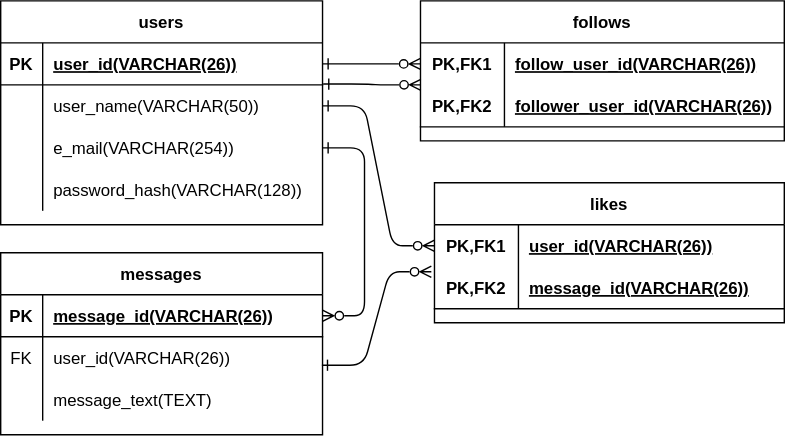
Before: docs/ER.svg, a diagram exported from draw.io (shinbunbun/sns). Source tidied: cells renumbered, new cells last; positions are measured from the earlier drawing's top-left corner, leaving out a move shared by most shapes.
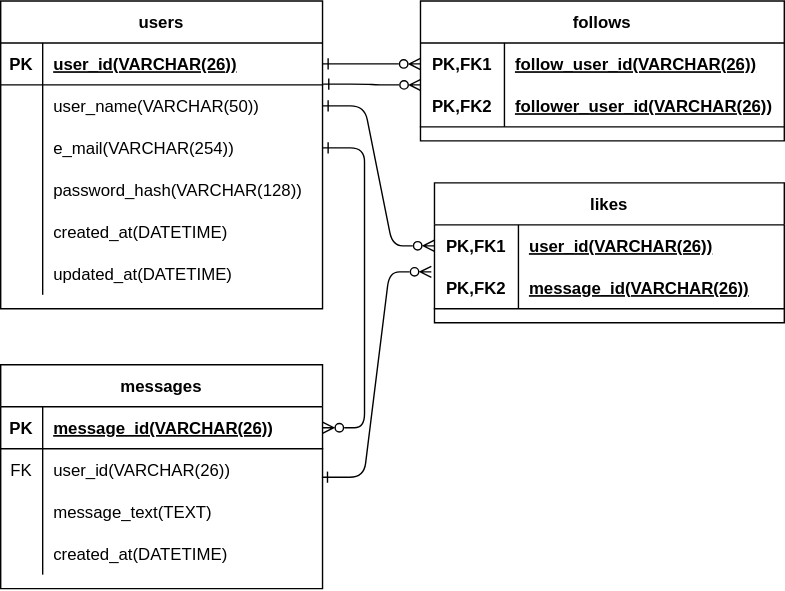
Later version of the same file.

The edit, as a diff of the source:
```diff
@@ -3,7 +3,7 @@
     <mxCell id="0" />
     <mxCell id="1" parent="0" />
     <mxCell id="2" value="users" style="shape=table;startSize=30;rowLines=0;fontStyle=1;align=center;" parent="1" vertex="1">
-      <mxGeometry width="230" height="160" as="geometry" />
+      <mxGeometry width="230" height="220" as="geometry" />
     </mxCell>
     <mxCell id="3" style="shape=partialRectangle;fillColor=none;top=0;left=0;bottom=1;right=0;points=[[0,0.5],[1,0.5]];portConstraint=eastwest;" parent="2" vertex="1">
       <mxGeometry y="30" width="230" height="30" as="geometry" />
@@ -41,11 +41,29 @@
     <mxCell id="14" value="password_hash(VARCHAR(128))" style="shape=partialRectangle;fillColor=none;top=0;left=0;bottom=0;right=0;align=left;spacingLeft=6;overflow=hidden;" parent="12" vertex="1">
       <mxGeometry x="30" width="200" height="30" as="geometry" />
     </mxCell>
+    <mxCell id="44" style="shape=partialRectangle;fillColor=none;top=0;left=0;bottom=0;right=0;" parent="2" vertex="1">
+      <mxGeometry y="150" width="230" height="30" as="geometry" />
+    </mxCell>
+    <mxCell id="45" style="shape=partialRectangle;fillColor=none;top=0;left=0;bottom=0;right=0;overflow=hidden;" parent="44" vertex="1">
+      <mxGeometry width="30" height="30" as="geometry" />
+    </mxCell>
+    <mxCell id="46" value="created_at(DATETIME)" style="shape=partialRectangle;fillColor=none;top=0;left=0;bottom=0;right=0;align=left;spacingLeft=6;overflow=hidden;" parent="44" vertex="1">
+      <mxGeometry x="30" width="200" height="30" as="geometry" />
+    </mxCell>
+    <mxCell id="47" style="shape=partialRectangle;fillColor=none;top=0;left=0;bottom=0;right=0;" parent="2" vertex="1">
+      <mxGeometry y="180" width="230" height="30" as="geometry" />
+    </mxCell>
+    <mxCell id="48" style="shape=partialRectangle;fillColor=none;top=0;left=0;bottom=0;right=0;overflow=hidden;" parent="47" vertex="1">
+      <mxGeometry width="30" height="30" as="geometry" />
+    </mxCell>
+    <mxCell id="49" value="updated_at(DATETIME)" style="shape=partialRectangle;fillColor=none;top=0;left=0;bottom=0;right=0;align=left;spacingLeft=6;overflow=hidden;" parent="47" vertex="1">
+      <mxGeometry x="30" width="200" height="30" as="geometry" />
+    </mxCell>
     <mxCell id="15" style="edgeStyle=entityRelationEdgeStyle;fontSize=12;html=1;endArrow=ERzeroToMany;entryX=0;entryY=0.5;entryDx=0;entryDy=0;exitX=1;exitY=0.5;exitDx=0;exitDy=0;startArrow=ERone;startFill=0;endFill=0;" parent="1" edge="1" source="3" target="27">
       <mxGeometry relative="1" as="geometry" />
     </mxCell>
     <mxCell id="16" value="messages" style="shape=table;startSize=30;rowLines=0;fontStyle=1;align=center;" parent="1" vertex="1">
-      <mxGeometry y="180" width="230" height="130" as="geometry" />
+      <mxGeometry y="260" width="230" height="160" as="geometry" />
     </mxCell>
     <mxCell id="17" style="shape=partialRectangle;fillColor=none;top=0;left=0;bottom=1;right=0;points=[[0,0.5],[1,0.5]];portConstraint=eastwest;" parent="16" vertex="1">
       <mxGeometry y="30" width="230" height="30" as="geometry" />
@@ -74,6 +92,15 @@
     <mxCell id="25" value="message_text(TEXT)" style="shape=partialRectangle;fillColor=none;top=0;left=0;bottom=0;right=0;align=left;spacingLeft=6;overflow=hidden;" parent="23" vertex="1">
       <mxGeometry x="30" width="200" height="30" as="geometry" />
     </mxCell>
+    <mxCell id="50" style="shape=partialRectangle;fillColor=none;top=0;left=0;bottom=0;right=0;" parent="16" vertex="1">
+      <mxGeometry y="120" width="230" height="30" as="geometry" />
+    </mxCell>
+    <mxCell id="51" style="shape=partialRectangle;fillColor=none;top=0;left=0;bottom=0;right=0;overflow=hidden;" parent="50" vertex="1">
+      <mxGeometry width="30" height="30" as="geometry" />
+    </mxCell>
+    <mxCell id="52" value="created_at(DATETIME)" style="shape=partialRectangle;fillColor=none;top=0;left=0;bottom=0;right=0;align=left;spacingLeft=6;overflow=hidden;" parent="50" vertex="1">
+      <mxGeometry x="30" width="200" height="30" as="geometry" />
+    </mxCell>
     <mxCell id="26" value="follows" style="shape=table;startSize=30;rowLines=0;fontStyle=1;align=center;" parent="1" vertex="1">
       <mxGeometry x="300" width="260" height="100" as="geometry" />
     </mxCell>
```
